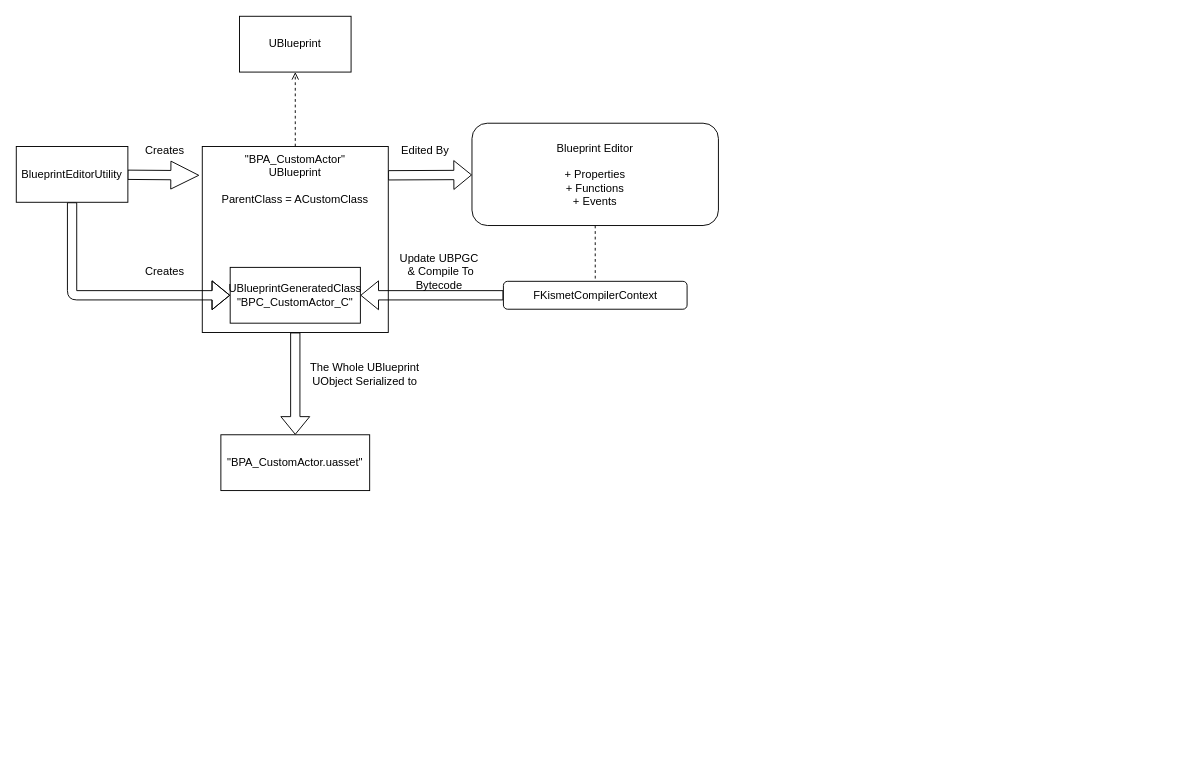
Earlier version of the draw.io diagram assets/img/post-data/unreal/engine/bpvm-bytecode/bytecode.drawio (reforia/reforia.github.io). Source tidied: cells renumbered, new cells numbered last; positions are measured from the earlier drawing's top-left corner, leaving out a move shared by most shapes. Both pictures are drawn from the tidied source at 93%, with x=0, y=0 at pixel (16, 16).
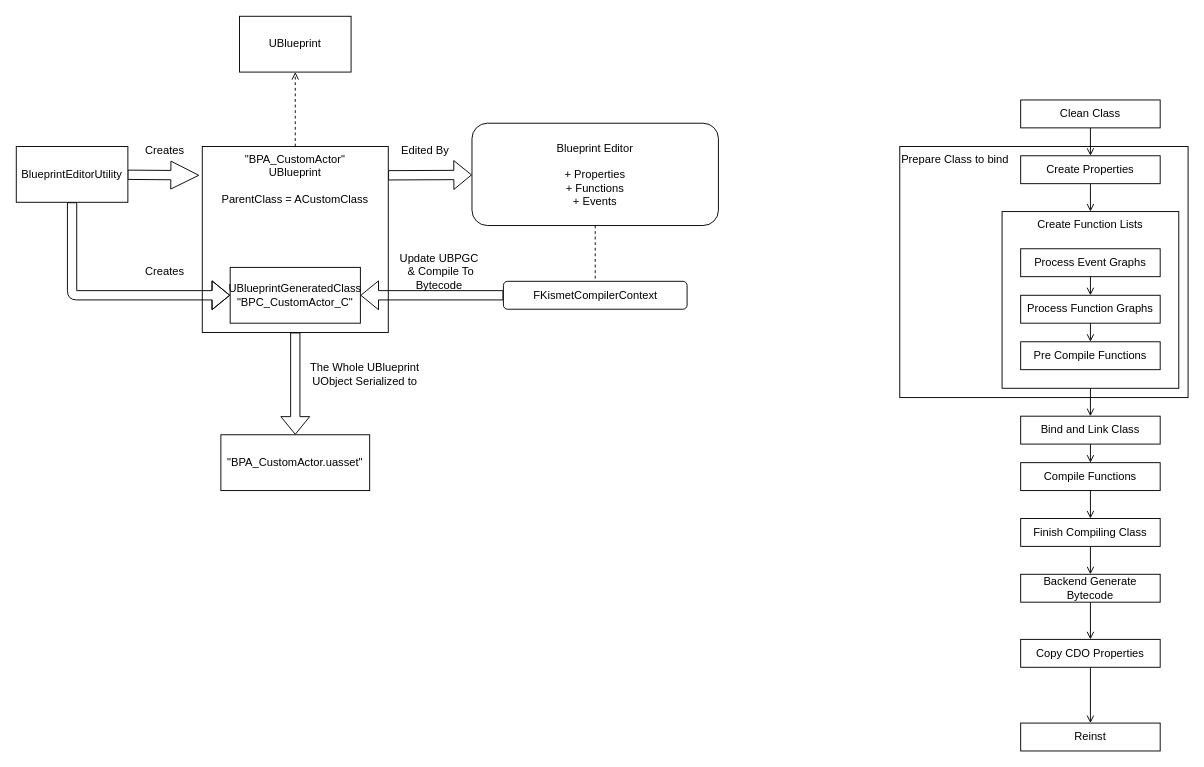
After the change.

Commit message (it also covers changes not shown here):
Revise wording for clarity in Blueprint Bytecode documentation and update conclusion section title

Change to the diagram source:
```diff
@@
+    <mxCell id="22" value="Prepare Class to bind" style="rounded=0;whiteSpace=wrap;html=1;verticalAlign=top;align=left;" parent="1" vertex="1">
+      <mxGeometry x="950" y="140" width="310" height="270" as="geometry" />
+    </mxCell>
@@
+    <mxCell id="23" style="edgeStyle=none;html=1;endArrow=open;endFill=0;entryX=0.5;entryY=0;entryDx=0;entryDy=0;" parent="1" edge="1" source="24" target="27">
+      <mxGeometry relative="1" as="geometry" />
+    </mxCell>
+    <mxCell id="24" value="Clean Class" style="rounded=0;whiteSpace=wrap;html=1;" parent="1" vertex="1">
+      <mxGeometry x="1080" y="90" width="150" height="30" as="geometry" />
+    </mxCell>
+    <mxCell id="25" value="Create Function Lists" style="rounded=0;whiteSpace=wrap;html=1;verticalAlign=top;" parent="1" vertex="1">
+      <mxGeometry x="1060" y="210" width="190" height="190" as="geometry" />
+    </mxCell>
+    <mxCell id="26" style="edgeStyle=none;html=1;endArrow=open;endFill=0;entryX=0.5;entryY=0;entryDx=0;entryDy=0;" parent="1" edge="1" source="27" target="25">
+      <mxGeometry relative="1" as="geometry" />
+    </mxCell>
+    <mxCell id="27" value="Create Properties" style="rounded=0;whiteSpace=wrap;html=1;" parent="1" vertex="1">
+      <mxGeometry x="1080" y="150" width="150" height="30" as="geometry" />
+    </mxCell>
+    <mxCell id="28" style="edgeStyle=none;html=1;endArrow=open;endFill=0;" parent="1" edge="1" source="29" target="35">
+      <mxGeometry relative="1" as="geometry" />
+    </mxCell>
+    <mxCell id="29" value="Process Event Graphs" style="rounded=0;whiteSpace=wrap;html=1;" parent="1" vertex="1">
+      <mxGeometry x="1080" y="250" width="150" height="30" as="geometry" />
+    </mxCell>
+    <mxCell id="30" style="edgeStyle=none;html=1;endArrow=open;endFill=0;" parent="1" edge="1" source="31" target="33">
+      <mxGeometry relative="1" as="geometry" />
+    </mxCell>
+    <mxCell id="31" value="Compile Functions" style="rounded=0;whiteSpace=wrap;html=1;" parent="1" vertex="1">
+      <mxGeometry x="1080" y="480" width="150" height="30" as="geometry" />
+    </mxCell>
+    <mxCell id="32" style="edgeStyle=none;html=1;endArrow=open;endFill=0;" parent="1" edge="1" source="33" target="41">
+      <mxGeometry relative="1" as="geometry" />
+    </mxCell>
+    <mxCell id="33" value="Finish Compiling Class" style="rounded=0;whiteSpace=wrap;html=1;" parent="1" vertex="1">
+      <mxGeometry x="1080" y="540" width="150" height="30" as="geometry" />
+    </mxCell>
+    <mxCell id="34" style="edgeStyle=none;html=1;endArrow=open;endFill=0;" parent="1" edge="1" source="35" target="37">
+      <mxGeometry relative="1" as="geometry" />
+    </mxCell>
+    <mxCell id="35" value="Process Function Graphs" style="rounded=0;whiteSpace=wrap;html=1;" parent="1" vertex="1">
+      <mxGeometry x="1080" y="300" width="150" height="30" as="geometry" />
+    </mxCell>
+    <mxCell id="36" style="edgeStyle=none;html=1;endArrow=open;endFill=0;exitX=0.5;exitY=1;exitDx=0;exitDy=0;" parent="1" edge="1" source="25" target="39">
+      <mxGeometry relative="1" as="geometry" />
+    </mxCell>
+    <mxCell id="37" value="Pre Compile Functions" style="rounded=0;whiteSpace=wrap;html=1;" parent="1" vertex="1">
+      <mxGeometry x="1080" y="350" width="150" height="30" as="geometry" />
+    </mxCell>
+    <mxCell id="38" style="edgeStyle=none;html=1;endArrow=open;endFill=0;entryX=0.5;entryY=0;entryDx=0;entryDy=0;" parent="1" edge="1" source="39" target="31">
+      <mxGeometry relative="1" as="geometry" />
+    </mxCell>
+    <mxCell id="39" value="Bind and Link Class" style="rounded=0;whiteSpace=wrap;html=1;" parent="1" vertex="1">
+      <mxGeometry x="1080" y="430" width="150" height="30" as="geometry" />
+    </mxCell>
+    <mxCell id="40" style="edgeStyle=none;html=1;endArrow=open;endFill=0;" parent="1" edge="1" source="41" target="43">
+      <mxGeometry relative="1" as="geometry" />
+    </mxCell>
+    <mxCell id="41" value="Backend Generate Bytecode" style="rounded=0;whiteSpace=wrap;html=1;" parent="1" vertex="1">
+      <mxGeometry x="1080" y="600" width="150" height="30" as="geometry" />
+    </mxCell>
+    <mxCell id="42" style="edgeStyle=none;html=1;endArrow=open;endFill=0;" parent="1" edge="1" source="43" target="44">
+      <mxGeometry relative="1" as="geometry" />
+    </mxCell>
+    <mxCell id="43" value="Copy CDO Properties" style="rounded=0;whiteSpace=wrap;html=1;" parent="1" vertex="1">
+      <mxGeometry x="1080" y="670" width="150" height="30" as="geometry" />
+    </mxCell>
+    <mxCell id="44" value="Reinst" style="rounded=0;whiteSpace=wrap;html=1;" parent="1" vertex="1">
+      <mxGeometry x="1080" y="760" width="150" height="30" as="geometry" />
+    </mxCell>
```
